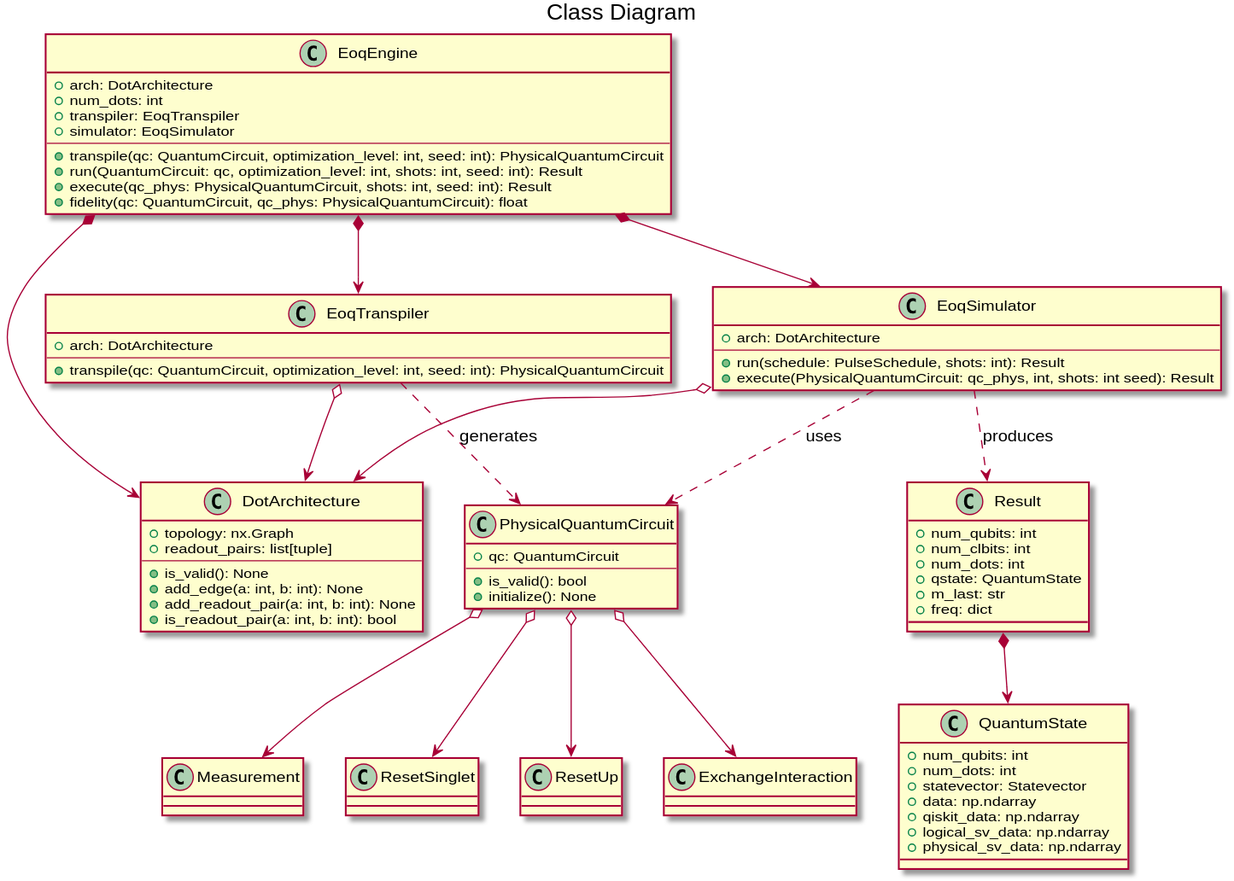
Before: uml/class.svg, a diagram exported from PlantUML (samn33/eoqrid).
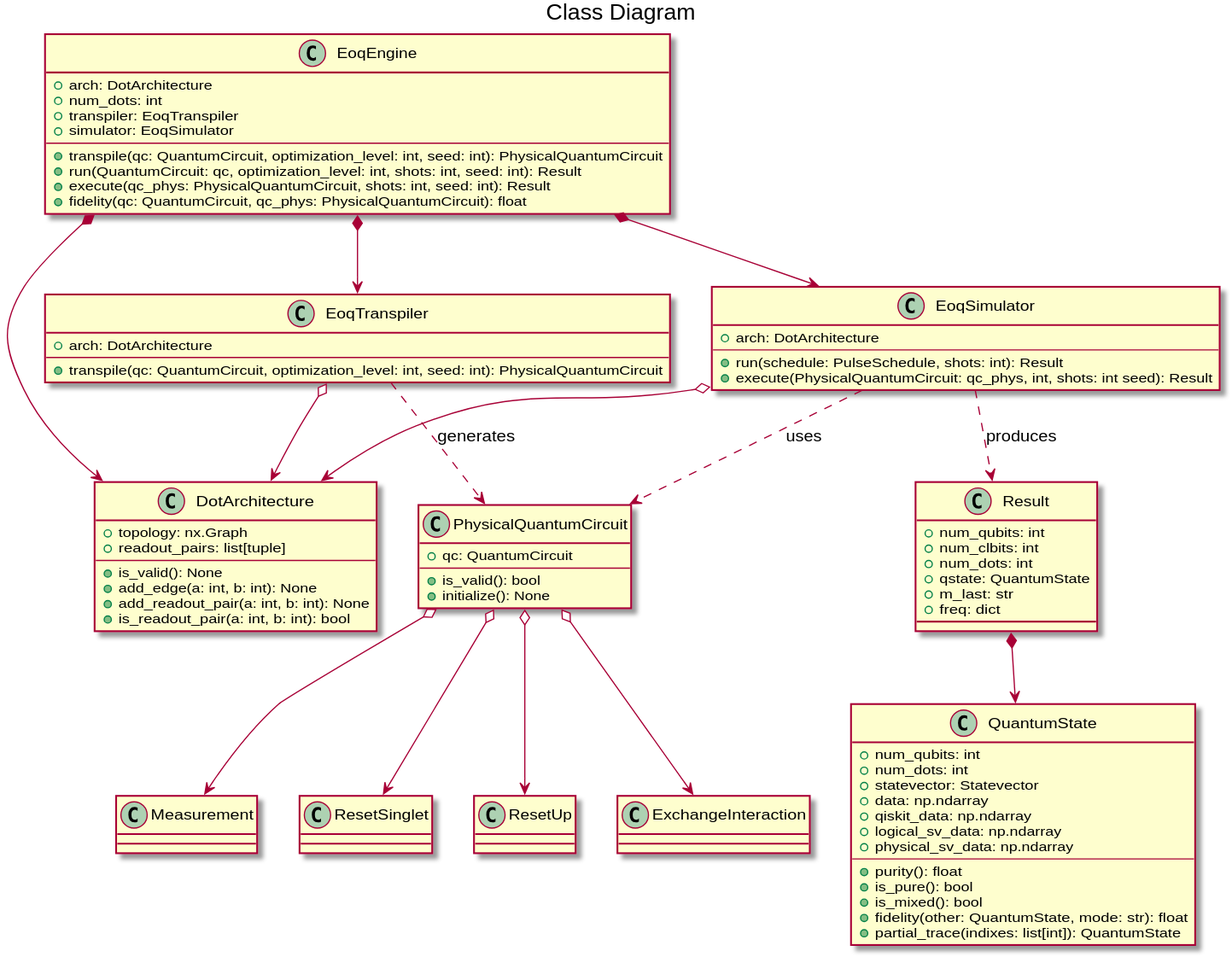
Later version of the same file.

Change to the diagram source:
```diff
@@ -92,6 +92,12 @@
   + qiskit_data: np.ndarray
   + logical_sv_data: np.ndarray
   + physical_sv_data: np.ndarray
+  --
+  + purity(): float
+  + is_pure(): bool
+  + is_mixed(): bool
+  + fidelity(other: QuantumState, mode: str): float
+  + partial_trace(indixes: list[int]): QuantumState
 }
 
 @enduml
```
